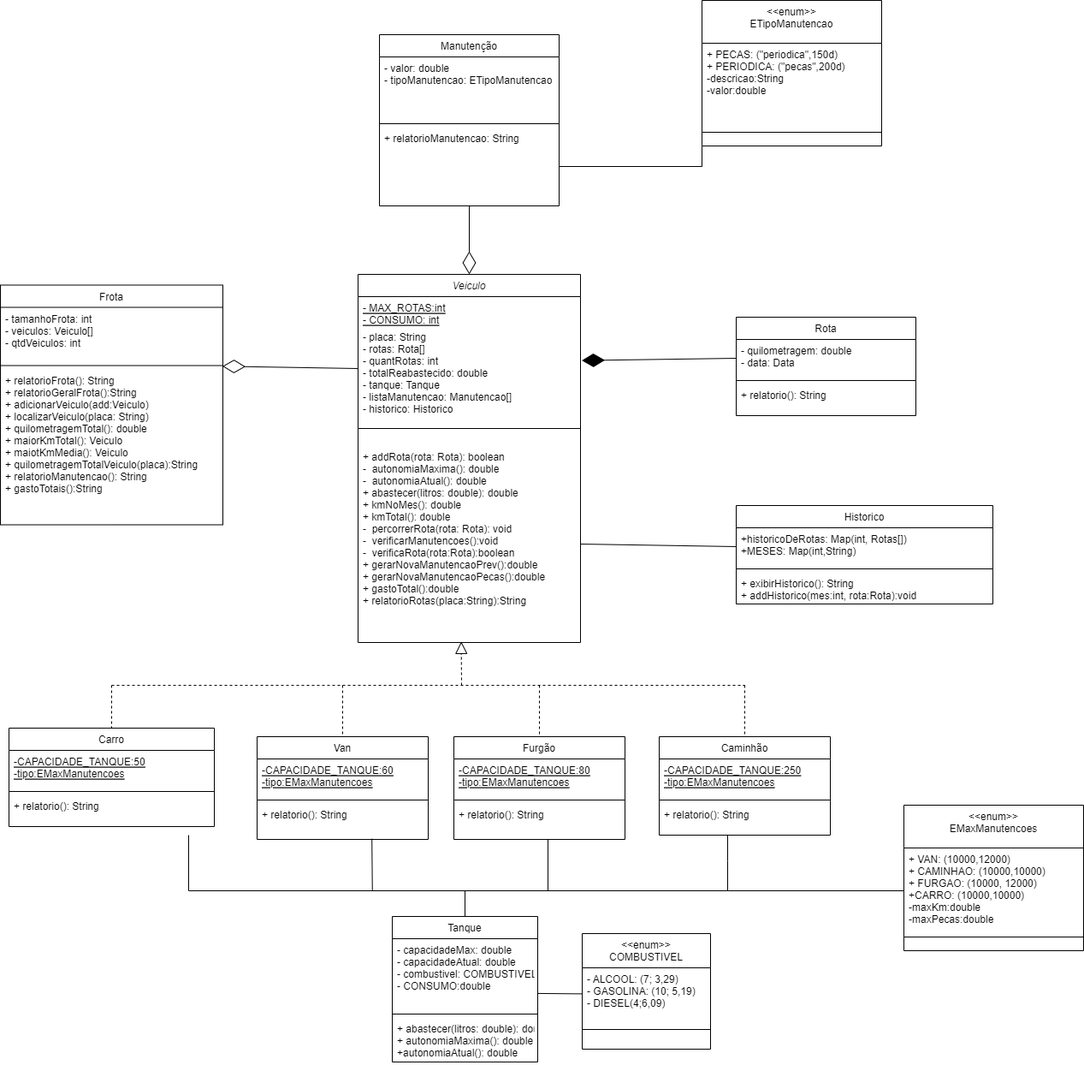
Earlier version of the draw.io export docs/diagramas/POO_Controle_Frota.drawio.png (DisciplinasProgramacao/poo-tp-em-grupo-os-regulares). Source tidied: cells renumbered, new cells last; positions are measured from the earlier drawing's top-left corner, leaving out a move shared by most shapes.
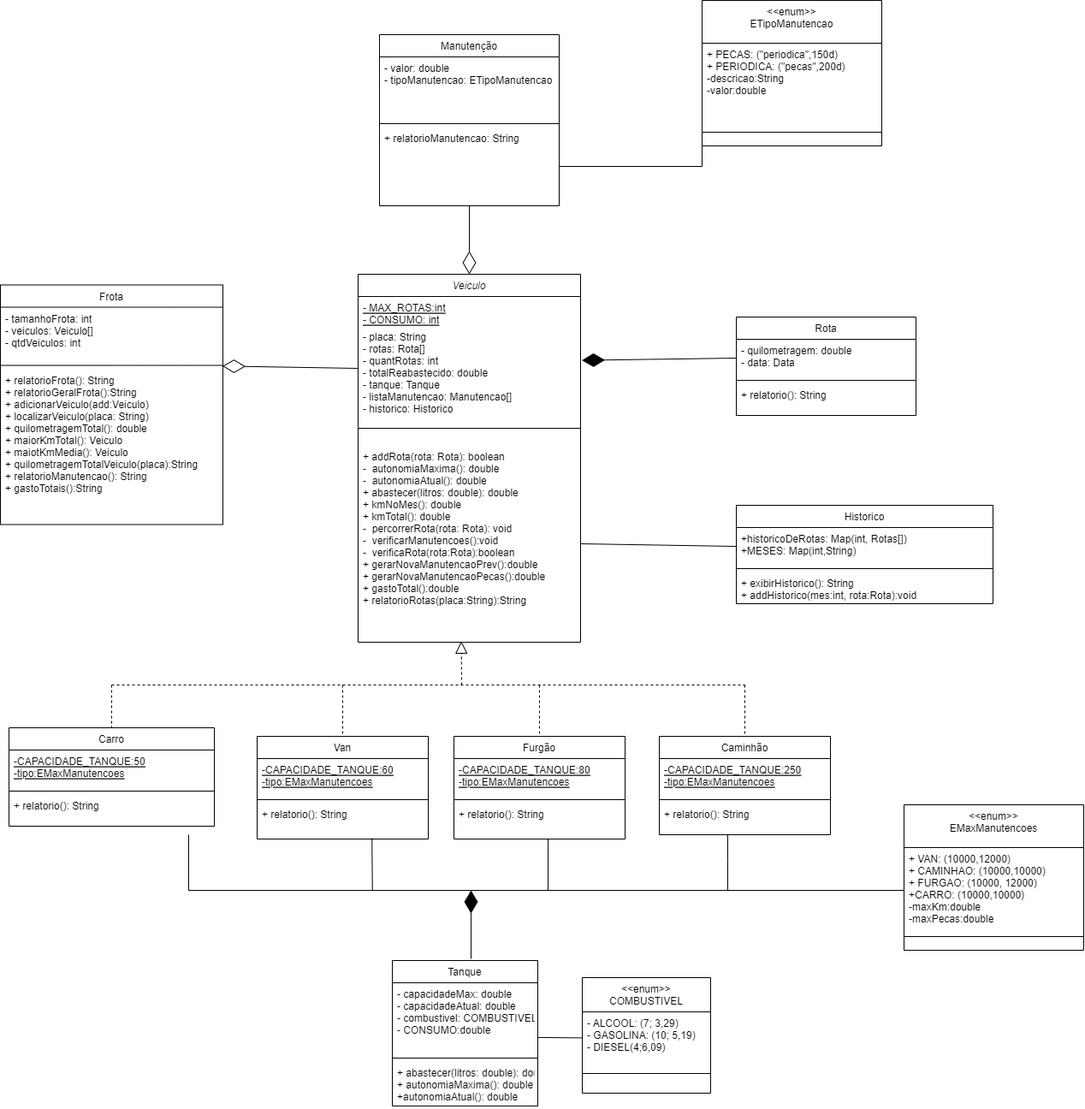
After the commit.

What changed in the source:
```diff
@@ -30,7 +30,7 @@
       <mxGeometry y="200" width="260" height="230" as="geometry" />
     </mxCell>
     <mxCell id="11" value="&lt;&lt;enum&gt;&gt;&#10;COMBUSTIVEL" style="swimlane;fontStyle=0;align=center;verticalAlign=top;horizontal=1;startSize=40;rounded=0;shadow=0;strokeWidth=1;" parent="1" vertex="1">
-      <mxGeometry x="680" y="1090" width="150" height="135" as="geometry" />
+      <mxGeometry x="680" y="1142" width="150" height="135" as="geometry" />
     </mxCell>
     <mxCell id="12" value="- ALCOOL: (7; 3,29)&#10;- GASOLINA: (10; 5,19)&#10;- DIESEL(4;6,09)" style="text;align=left;verticalAlign=top;spacingLeft=4;spacingRight=4;overflow=hidden;points=[[0,0.5],[1,0.5]];portConstraint=eastwest;fontStyle=0;" parent="11" vertex="1">
       <mxGeometry y="40" width="150" height="68" as="geometry" />
@@ -136,7 +136,7 @@
       </mxGeometry>
     </mxCell>
     <mxCell id="42" value="Tanque" style="swimlane;fontStyle=0;align=center;verticalAlign=top;horizontal=1;startSize=26;rounded=0;shadow=0;strokeWidth=1;" parent="1" vertex="1">
-      <mxGeometry x="458" y="1070" width="170" height="170" as="geometry" />
+      <mxGeometry x="458" y="1122" width="170" height="170" as="geometry" />
     </mxCell>
     <mxCell id="43" value="- capacidadeMax: double&#10;- capacidadeAtual: double&#10;- combustivel: COMBUSTIVEL&#10;- CONSUMO:double " style="text;align=left;verticalAlign=top;spacingLeft=4;spacingRight=4;overflow=hidden;points=[[0,0.5],[1,0.5]];portConstraint=eastwest;fontStyle=0;" parent="42" vertex="1">
       <mxGeometry y="26" width="170" height="84" as="geometry" />
@@ -150,11 +150,6 @@
     <mxCell id="46" style="endArrow=none;html=1;rounded=0;entryX=-0.004;entryY=0.447;entryDx=0;entryDy=0;entryPerimeter=0;exitX=0.999;exitY=0.761;exitDx=0;exitDy=0;exitPerimeter=0;" parent="1" edge="1" source="43" target="12">
       <mxGeometry relative="1" as="geometry" />
     </mxCell>
-    <mxCell id="47" style="endArrow=none;html=1;rounded=0;exitX=0.5;exitY=0;exitDx=0;exitDy=0;" parent="1" edge="1" source="42">
-      <mxGeometry relative="1" as="geometry">
-        <mxPoint x="543" y="1040" as="targetPoint" />
-      </mxGeometry>
-    </mxCell>
     <mxCell id="48" style="endArrow=none;html=1;rounded=0;" parent="1" edge="1">
       <mxGeometry relative="1" as="geometry">
         <mxPoint x="220" y="1040" as="sourcePoint" />
@@ -243,5 +238,11 @@
     <mxCell id="70" style="endArrow=none;html=1;rounded=0;entryX=0;entryY=0.5;entryDx=0;entryDy=0;exitX=1;exitY=0.5;exitDx=0;exitDy=0;" parent="1" edge="1" source="10" target="67">
       <mxGeometry relative="1" as="geometry" />
     </mxCell>
+    <mxCell id="71" style="endArrow=diamondThin;endFill=1;endSize=24;html=1;rounded=0;" parent="1" edge="1">
+      <mxGeometry relative="1" as="geometry">
+        <mxPoint x="550" y="1120" as="sourcePoint" />
+        <mxPoint x="550" y="1040" as="targetPoint" />
+      </mxGeometry>
+    </mxCell>
   </root>
 </mxGraphModel>
```
